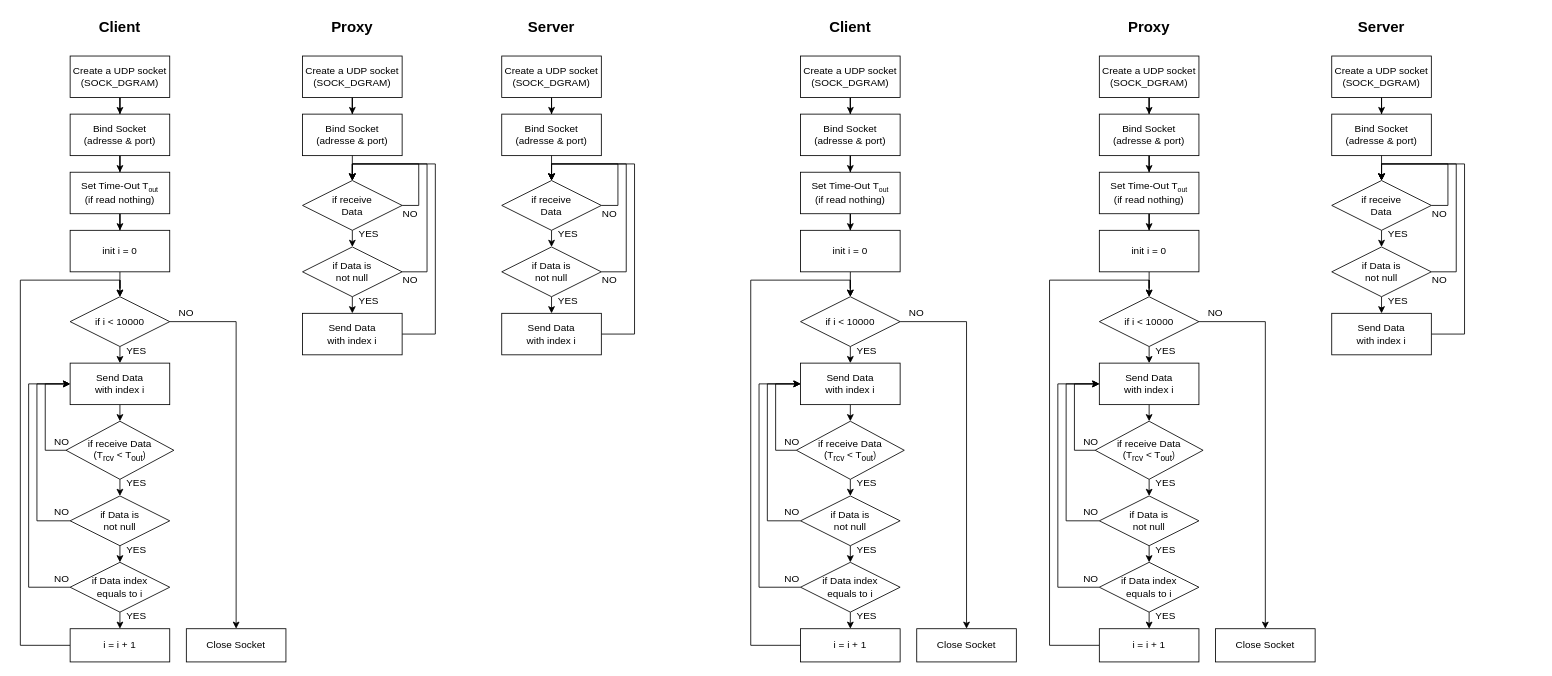
Above: flow chart.drawio in timlin0307/Socekt_Programming_Investigation (draw.io), before the change. Source tidied: cells renumbered, new cells numbered last; positions are measured from the earlier drawing's top-left corner, leaving out a move shared by most shapes. Both pictures are drawn from the tidied source at 83%, with x=0, y=0 at pixel (20, 14).
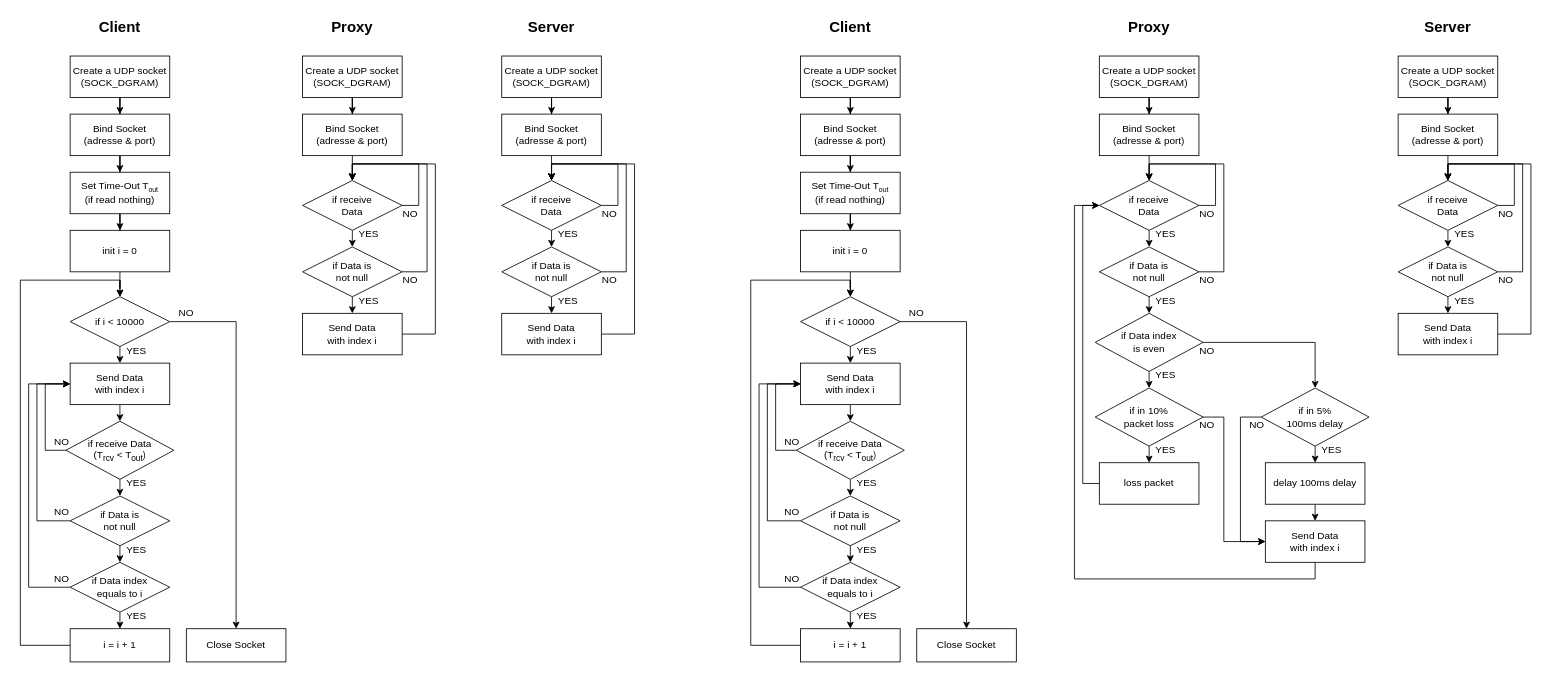
The same page after the edit.

Unchanged cells that the change refers to:
```xml
<mxCell id="124" value="Bind Socket&lt;br&gt;(adresse &amp;amp; port)" style="rounded=0;whiteSpace=wrap;html=1;" parent="1" vertex="1">
  <mxGeometry x="1300" y="120" width="120" height="50" as="geometry" />
</mxCell>
```

What changed in the source:
```diff
@@
     <mxCell id="105" value="Create a UDP socket&lt;br&gt;(SOCK_DGRAM)" style="rounded=0;whiteSpace=wrap;html=1;" parent="1" vertex="1">
-      <mxGeometry x="1580" y="50" width="120" height="50" as="geometry" />
+      <mxGeometry x="1660" y="50" width="120" height="50" as="geometry" />
     </mxCell>
     <mxCell id="106" value="Bind Socket&lt;br&gt;(adresse &amp;amp; port)" style="rounded=0;whiteSpace=wrap;html=1;" parent="1" vertex="1">
-      <mxGeometry x="1580" y="120" width="120" height="50" as="geometry" />
+      <mxGeometry x="1660" y="120" width="120" height="50" as="geometry" />
     </mxCell>
@@
     <mxCell id="108" value="if receive&lt;br&gt;Data" style="rhombus;whiteSpace=wrap;html=1;" parent="1" vertex="1">
-      <mxGeometry x="1580" y="200" width="120" height="60" as="geometry" />
+      <mxGeometry x="1660" y="200" width="120" height="60" as="geometry" />
     </mxCell>
@@
     <mxCell id="111" style="edgeStyle=orthogonalEdgeStyle;rounded=0;jettySize=auto;html=1;exitX=1;exitY=0.5;exitDx=0;exitDy=0;entryX=0.5;entryY=0;entryDx=0;entryDy=0;" parent="1" edge="1" source="112" target="108">
       <mxGeometry relative="1" as="geometry">
         <Array as="points">
-          <mxPoint x="1730" y="310" />
-          <mxPoint x="1730" y="180" />
-          <mxPoint x="1640" y="180" />
+          <mxPoint x="1810" y="310" />
+          <mxPoint x="1810" y="180" />
+          <mxPoint x="1720" y="180" />
         </Array>
       </mxGeometry>
     </mxCell>
     <mxCell id="112" value="if Data is&lt;br&gt;not null" style="rhombus;whiteSpace=wrap;html=1;" parent="1" vertex="1">
-      <mxGeometry x="1580" y="280" width="120" height="60" as="geometry" />
+      <mxGeometry x="1660" y="280" width="120" height="60" as="geometry" />
     </mxCell>
     <mxCell id="113" value="YES" style="text;html=1;strokeColor=none;fillColor=none;align=center;verticalAlign=middle;whiteSpace=wrap;rounded=0;" parent="1" vertex="1">
-      <mxGeometry x="1640" y="260" width="40" height="10" as="geometry" />
+      <mxGeometry x="1720" y="260" width="40" height="10" as="geometry" />
     </mxCell>
     <mxCell id="114" value="YES" style="text;html=1;strokeColor=none;fillColor=none;align=center;verticalAlign=middle;whiteSpace=wrap;rounded=0;" parent="1" vertex="1">
-      <mxGeometry x="1640" y="340" width="40" height="10" as="geometry" />
+      <mxGeometry x="1720" y="340" width="40" height="10" as="geometry" />
     </mxCell>
     <mxCell id="115" style="edgeStyle=orthogonalEdgeStyle;rounded=0;orthogonalLoop=1;jettySize=auto;html=1;exitX=1;exitY=0.5;exitDx=0;exitDy=0;entryX=0.5;entryY=0;entryDx=0;entryDy=0;" parent="1" edge="1" source="108" target="108">
       <mxGeometry relative="1" as="geometry">
         <Array as="points">
-          <mxPoint x="1720" y="230" />
+          <mxPoint x="1800" y="230" />
+          <mxPoint x="1800" y="180" />
           <mxPoint x="1720" y="180" />
-          <mxPoint x="1640" y="180" />
         </Array>
       </mxGeometry>
     </mxCell>
     <mxCell id="116" value="NO" style="text;html=1;strokeColor=none;fillColor=none;align=center;verticalAlign=middle;whiteSpace=wrap;rounded=0;" parent="1" vertex="1">
-      <mxGeometry x="1690" y="230" width="40" height="20" as="geometry" />
+      <mxGeometry x="1770" y="230" width="40" height="20" as="geometry" />
     </mxCell>
     <mxCell id="117" style="edgeStyle=orthogonalEdgeStyle;rounded=0;jettySize=auto;html=1;exitX=1;exitY=0.5;exitDx=0;exitDy=0;entryX=0.5;entryY=0;entryDx=0;entryDy=0;" parent="1" edge="1" source="118" target="108">
       <mxGeometry relative="1" as="geometry">
         <Array as="points">
-          <mxPoint x="1740" y="385" />
-          <mxPoint x="1740" y="180" />
-          <mxPoint x="1640" y="180" />
+          <mxPoint x="1820" y="385" />
+          <mxPoint x="1820" y="180" />
+          <mxPoint x="1720" y="180" />
         </Array>
       </mxGeometry>
     </mxCell>
     <mxCell id="118" value="Send Data&lt;br&gt;with index i" style="rounded=0;whiteSpace=wrap;html=1;" parent="1" vertex="1">
-      <mxGeometry x="1580" y="360" width="120" height="50" as="geometry" />
+      <mxGeometry x="1660" y="360" width="120" height="50" as="geometry" />
     </mxCell>
     <mxCell id="119" value="NO" style="text;html=1;strokeColor=none;fillColor=none;align=center;verticalAlign=middle;whiteSpace=wrap;rounded=0;" parent="1" vertex="1">
-      <mxGeometry x="1690" y="310" width="40" height="20" as="geometry" />
+      <mxGeometry x="1770" y="310" width="40" height="20" as="geometry" />
     </mxCell>
     <mxCell id="120" value="&lt;b&gt;&lt;font style=&quot;font-size: 18px;&quot;&gt;Server&lt;/font&gt;&lt;/b&gt;" style="text;html=1;strokeColor=none;fillColor=none;align=center;verticalAlign=middle;whiteSpace=wrap;rounded=0;" parent="1" vertex="1">
-      <mxGeometry x="1610" width="60" height="30" as="geometry" />
+      <mxGeometry x="1690" width="60" height="30" as="geometry" />
     </mxCell>
@@
-    <mxCell id="123" style="edgeStyle=orthogonalEdgeStyle;rounded=0;jettySize=auto;html=1;entryX=0.5;entryY=0;entryDx=0;entryDy=0;" parent="1" edge="1" source="124" target="126">
-      <mxGeometry relative="1" as="geometry" />
-    </mxCell>
@@
-    <mxCell id="125" style="edgeStyle=orthogonalEdgeStyle;rounded=0;jettySize=auto;html=1;entryX=0.5;entryY=0;entryDx=0;entryDy=0;" parent="1" edge="1" source="126" target="136">
-      <mxGeometry relative="1" as="geometry" />
-    </mxCell>
-    <mxCell id="126" value="Set Time-Out T&lt;span style=&quot;font-size: 10px;&quot;&gt;&lt;sub&gt;out&lt;/sub&gt;&lt;/span&gt;&lt;br&gt;(if read nothing)" style="rounded=0;whiteSpace=wrap;html=1;" parent="1" vertex="1">
-      <mxGeometry x="1300" y="190" width="120" height="50" as="geometry" />
-    </mxCell>
-    <mxCell id="127" style="edgeStyle=orthogonalEdgeStyle;rounded=0;jettySize=auto;html=1;exitX=0.5;exitY=1;exitDx=0;exitDy=0;entryX=0.5;entryY=0;entryDx=0;entryDy=0;" parent="1" edge="1" source="129" target="131">
-      <mxGeometry relative="1" as="geometry" />
-    </mxCell>
-    <mxCell id="128" style="edgeStyle=orthogonalEdgeStyle;rounded=0;jettySize=auto;html=1;exitX=1;exitY=0.5;exitDx=0;exitDy=0;entryX=0.5;entryY=0;entryDx=0;entryDy=0;" parent="1" edge="1" source="129" target="149">
-      <mxGeometry relative="1" as="geometry" />
-    </mxCell>
-    <mxCell id="129" value="if i &amp;lt; 10000" style="rhombus;whiteSpace=wrap;html=1;" parent="1" vertex="1">
-      <mxGeometry x="1300" y="340" width="120" height="60" as="geometry" />
-    </mxCell>
-    <mxCell id="130" style="edgeStyle=orthogonalEdgeStyle;rounded=0;jettySize=auto;html=1;exitX=0.5;exitY=1;exitDx=0;exitDy=0;entryX=0.5;entryY=0;entryDx=0;entryDy=0;" parent="1" edge="1" source="131" target="134">
-      <mxGeometry relative="1" as="geometry" />
-    </mxCell>
+    <mxCell id="154" value="&lt;b&gt;&lt;font style=&quot;font-size: 18px;&quot;&gt;Proxy&lt;/font&gt;&lt;/b&gt;" style="text;html=1;strokeColor=none;fillColor=none;align=center;verticalAlign=middle;whiteSpace=wrap;rounded=0;" parent="1" vertex="1">
+      <mxGeometry x="1330" width="60" height="30" as="geometry" />
+    </mxCell>
+    <mxCell id="155" style="edgeStyle=orthogonalEdgeStyle;rounded=0;jettySize=auto;html=1;exitX=0.5;exitY=1;exitDx=0;exitDy=0;entryX=0.5;entryY=0;entryDx=0;entryDy=0;" parent="1" edge="1" source="156" target="141">
+      <mxGeometry relative="1" as="geometry" />
+    </mxCell>
+    <mxCell id="156" value="if receive&lt;br&gt;Data" style="rhombus;whiteSpace=wrap;html=1;" parent="1" vertex="1">
+      <mxGeometry x="1300" y="200" width="120" height="60" as="geometry" />
+    </mxCell>
+    <mxCell id="157" style="edgeStyle=orthogonalEdgeStyle;rounded=0;jettySize=auto;html=1;entryX=0.5;entryY=0;entryDx=0;entryDy=0;exitX=0.5;exitY=1;exitDx=0;exitDy=0;" parent="1" edge="1" source="124" target="156">
+      <mxGeometry relative="1" as="geometry" />
+    </mxCell>
+    <mxCell id="158" style="edgeStyle=orthogonalEdgeStyle;rounded=0;jettySize=auto;html=1;exitX=0.5;exitY=1;exitDx=0;exitDy=0;entryX=0.5;entryY=0;entryDx=0;entryDy=0;" parent="1" edge="1" source="141">
+      <mxGeometry relative="1" as="geometry">
+        <mxPoint x="1360" y="360" as="targetPoint" />
+      </mxGeometry>
+    </mxCell>
+    <mxCell id="159" style="edgeStyle=orthogonalEdgeStyle;rounded=0;jettySize=auto;html=1;exitX=1;exitY=0.5;exitDx=0;exitDy=0;entryX=0.5;entryY=0;entryDx=0;entryDy=0;" parent="1" edge="1" source="141" target="156">
+      <mxGeometry relative="1" as="geometry">
+        <Array as="points">
+          <mxPoint x="1450" y="310" />
+          <mxPoint x="1450" y="180" />
+          <mxPoint x="1360" y="180" />
+        </Array>
+      </mxGeometry>
+    </mxCell>
+    <mxCell id="141" value="if Data is&lt;br&gt;not null" style="rhombus;whiteSpace=wrap;html=1;" parent="1" vertex="1">
+      <mxGeometry x="1300" y="280" width="120" height="60" as="geometry" />
+    </mxCell>
+    <mxCell id="160" value="YES" style="text;html=1;strokeColor=none;fillColor=none;align=center;verticalAlign=middle;whiteSpace=wrap;rounded=0;" parent="1" vertex="1">
+      <mxGeometry x="1360" y="260" width="40" height="10" as="geometry" />
+    </mxCell>
+    <mxCell id="161" value="YES" style="text;html=1;strokeColor=none;fillColor=none;align=center;verticalAlign=middle;whiteSpace=wrap;rounded=0;" parent="1" vertex="1">
+      <mxGeometry x="1360" y="340" width="40" height="10" as="geometry" />
+    </mxCell>
+    <mxCell id="162" style="edgeStyle=orthogonalEdgeStyle;rounded=0;orthogonalLoop=1;jettySize=auto;html=1;exitX=1;exitY=0.5;exitDx=0;exitDy=0;entryX=0.5;entryY=0;entryDx=0;entryDy=0;" parent="1" edge="1" source="156" target="156">
+      <mxGeometry relative="1" as="geometry">
+        <Array as="points">
+          <mxPoint x="1440" y="230" />
+          <mxPoint x="1440" y="180" />
+          <mxPoint x="1360" y="180" />
+        </Array>
+      </mxGeometry>
+    </mxCell>
+    <mxCell id="163" value="NO" style="text;html=1;strokeColor=none;fillColor=none;align=center;verticalAlign=middle;whiteSpace=wrap;rounded=0;" parent="1" vertex="1">
+      <mxGeometry x="1410" y="230" width="40" height="20" as="geometry" />
+    </mxCell>
+    <mxCell id="164" value="NO" style="text;html=1;strokeColor=none;fillColor=none;align=center;verticalAlign=middle;whiteSpace=wrap;rounded=0;" parent="1" vertex="1">
+      <mxGeometry x="1410" y="310" width="40" height="20" as="geometry" />
+    </mxCell>
+    <mxCell id="165" style="edgeStyle=orthogonalEdgeStyle;rounded=0;jettySize=auto;html=1;exitX=1;exitY=0.5;exitDx=0;exitDy=0;entryX=0.5;entryY=0;entryDx=0;entryDy=0;fontSize=18;" parent="1" edge="1" source="166" target="174">
+      <mxGeometry relative="1" as="geometry" />
+    </mxCell>
+    <mxCell id="166" value="if Data index&lt;br&gt;is even" style="rhombus;whiteSpace=wrap;html=1;" parent="1" vertex="1">
+      <mxGeometry x="1295" y="360" width="130" height="70" as="geometry" />
+    </mxCell>
+    <mxCell id="167" style="edgeStyle=orthogonalEdgeStyle;rounded=0;jettySize=auto;html=1;exitX=0.5;exitY=1;exitDx=0;exitDy=0;entryX=0.5;entryY=0;entryDx=0;entryDy=0;fontSize=18;" parent="1" edge="1" source="169" target="177">
+      <mxGeometry relative="1" as="geometry" />
+    </mxCell>
+    <mxCell id="168" style="edgeStyle=orthogonalEdgeStyle;rounded=0;jettySize=auto;html=1;exitX=1;exitY=0.5;exitDx=0;exitDy=0;entryX=0;entryY=0.5;entryDx=0;entryDy=0;fontSize=18;" parent="1" edge="1" source="169" target="131">
+      <mxGeometry relative="1" as="geometry">
+        <Array as="points">
+          <mxPoint x="1450" y="485" />
+          <mxPoint x="1450" y="635" />
+        </Array>
+      </mxGeometry>
+    </mxCell>
+    <mxCell id="169" value="if in 10%&lt;br&gt;packet loss" style="rhombus;whiteSpace=wrap;html=1;" parent="1" vertex="1">
+      <mxGeometry x="1295" y="450" width="130" height="70" as="geometry" />
+    </mxCell>
+    <mxCell id="170" style="edgeStyle=orthogonalEdgeStyle;rounded=0;jettySize=auto;html=1;exitX=0;exitY=0;exitDx=0;exitDy=0;entryX=0.5;entryY=0;entryDx=0;entryDy=0;" parent="1" edge="1" source="171" target="169">
+      <mxGeometry relative="1" as="geometry" />
+    </mxCell>
+    <mxCell id="171" value="YES" style="text;html=1;strokeColor=none;fillColor=none;align=center;verticalAlign=middle;whiteSpace=wrap;rounded=0;" parent="1" vertex="1">
+      <mxGeometry x="1360" y="430" width="40" height="10" as="geometry" />
+    </mxCell>
+    <mxCell id="172" style="edgeStyle=orthogonalEdgeStyle;rounded=0;jettySize=auto;html=1;exitX=0.5;exitY=1;exitDx=0;exitDy=0;entryX=0.5;entryY=0;entryDx=0;entryDy=0;fontSize=18;" parent="1" edge="1" source="174" target="180">
+      <mxGeometry relative="1" as="geometry" />
+    </mxCell>
+    <mxCell id="173" style="edgeStyle=orthogonalEdgeStyle;rounded=0;jettySize=auto;html=1;exitX=0;exitY=0.5;exitDx=0;exitDy=0;entryX=0;entryY=0.5;entryDx=0;entryDy=0;fontSize=18;" parent="1" edge="1" source="174" target="131">
+      <mxGeometry relative="1" as="geometry">
+        <Array as="points">
+          <mxPoint x="1470" y="485" />
+          <mxPoint x="1470" y="635" />
+        </Array>
+      </mxGeometry>
+    </mxCell>
+    <mxCell id="174" value="if in 5%&lt;br&gt;100ms delay" style="rhombus;whiteSpace=wrap;html=1;" parent="1" vertex="1">
+      <mxGeometry x="1495" y="450" width="130" height="70" as="geometry" />
+    </mxCell>
+    <mxCell id="175" value="NO" style="text;html=1;strokeColor=none;fillColor=none;align=center;verticalAlign=middle;whiteSpace=wrap;rounded=0;" parent="1" vertex="1">
+      <mxGeometry x="1410" y="395" width="40" height="20" as="geometry" />
+    </mxCell>
+    <mxCell id="176" style="edgeStyle=orthogonalEdgeStyle;rounded=0;jettySize=auto;html=1;exitX=0;exitY=0.5;exitDx=0;exitDy=0;entryX=0;entryY=0.5;entryDx=0;entryDy=0;fontSize=18;" parent="1" edge="1" source="177" target="156">
+      <mxGeometry relative="1" as="geometry">
+        <Array as="points">
+          <mxPoint x="1280" y="565" />
+          <mxPoint x="1280" y="230" />
+        </Array>
+      </mxGeometry>
+    </mxCell>
+    <mxCell id="177" value="loss packet" style="rounded=0;whiteSpace=wrap;html=1;" parent="1" vertex="1">
+      <mxGeometry x="1300" y="540" width="120" height="50" as="geometry" />
+    </mxCell>
+    <mxCell id="178" value="YES" style="text;html=1;strokeColor=none;fillColor=none;align=center;verticalAlign=middle;whiteSpace=wrap;rounded=0;" parent="1" vertex="1">
+      <mxGeometry x="1360" y="520" width="40" height="10" as="geometry" />
+    </mxCell>
+    <mxCell id="179" style="edgeStyle=orthogonalEdgeStyle;rounded=0;jettySize=auto;html=1;exitX=0.5;exitY=1;exitDx=0;exitDy=0;entryX=0.5;entryY=0;entryDx=0;entryDy=0;fontSize=18;" parent="1" edge="1" source="180" target="131">
+      <mxGeometry relative="1" as="geometry" />
+    </mxCell>
+    <mxCell id="180" value="delay 100ms delay" style="rounded=0;whiteSpace=wrap;html=1;" parent="1" vertex="1">
+      <mxGeometry x="1500" y="540" width="120" height="50" as="geometry" />
+    </mxCell>
+    <mxCell id="181" value="YES" style="text;html=1;strokeColor=none;fillColor=none;align=center;verticalAlign=middle;whiteSpace=wrap;rounded=0;" parent="1" vertex="1">
+      <mxGeometry x="1560" y="520" width="40" height="10" as="geometry" />
+    </mxCell>
+    <mxCell id="182" style="edgeStyle=orthogonalEdgeStyle;rounded=0;jettySize=auto;html=1;exitX=0.5;exitY=1;exitDx=0;exitDy=0;fontSize=18;" parent="1" edge="1" source="131">
+      <mxGeometry relative="1" as="geometry">
+        <mxPoint x="1300" y="230" as="targetPoint" />
+        <Array as="points">
+          <mxPoint x="1560" y="680" />
+          <mxPoint x="1270" y="680" />
+          <mxPoint x="1270" y="230" />
+        </Array>
+      </mxGeometry>
+    </mxCell>
     <mxCell id="131" value="Send Data&lt;br&gt;with index i" style="rounded=0;whiteSpace=wrap;html=1;" parent="1" vertex="1">
-      <mxGeometry x="1300" y="420" width="120" height="50" as="geometry" />
+      <mxGeometry x="1500" y="610" width="120" height="50" as="geometry" />
     </mxCell>
-    <mxCell id="132" style="edgeStyle=orthogonalEdgeStyle;rounded=0;jettySize=auto;html=1;exitX=0.5;exitY=1;exitDx=0;exitDy=0;entryX=0.5;entryY=0;entryDx=0;entryDy=0;" parent="1" edge="1" source="134" target="141">
-      <mxGeometry relative="1" as="geometry" />
-    </mxCell>
-    <mxCell id="133" style="edgeStyle=orthogonalEdgeStyle;rounded=0;jettySize=auto;html=1;exitX=0;exitY=0.5;exitDx=0;exitDy=0;entryX=0;entryY=0.5;entryDx=0;entryDy=0;" parent="1" edge="1" source="134" target="131">
-      <mxGeometry relative="1" as="geometry">
-        <Array as="points">
-          <mxPoint x="1270" y="525" />
-          <mxPoint x="1270" y="445" />
-        </Array>
-      </mxGeometry>
-    </mxCell>
-    <mxCell id="134" value="if receive Data&lt;br&gt;(T&lt;sub&gt;rcv&lt;/sub&gt;&amp;nbsp;&amp;lt; T&lt;sub&gt;out&lt;/sub&gt;&lt;span style=&quot;font-size: 10px;&quot;&gt;)&lt;/span&gt;" style="rhombus;whiteSpace=wrap;html=1;" parent="1" vertex="1">
-      <mxGeometry x="1295" y="490" width="130" height="70" as="geometry" />
-    </mxCell>
-    <mxCell id="135" style="edgeStyle=orthogonalEdgeStyle;rounded=0;jettySize=auto;html=1;entryX=0.5;entryY=0;entryDx=0;entryDy=0;" parent="1" edge="1" source="136" target="129">
-      <mxGeometry relative="1" as="geometry" />
-    </mxCell>
-    <mxCell id="136" value="init i = 0" style="rounded=0;whiteSpace=wrap;html=1;" parent="1" vertex="1">
-      <mxGeometry x="1300" y="260" width="120" height="50" as="geometry" />
-    </mxCell>
-    <mxCell id="137" style="edgeStyle=orthogonalEdgeStyle;rounded=0;jettySize=auto;html=1;exitX=0;exitY=0.5;exitDx=0;exitDy=0;entryX=0.5;entryY=0;entryDx=0;entryDy=0;" parent="1" edge="1" source="138" target="129">
-      <mxGeometry relative="1" as="geometry">
-        <Array as="points">
-          <mxPoint x="1240" y="760" />
-          <mxPoint x="1240" y="320" />
-          <mxPoint x="1360" y="320" />
-        </Array>
-      </mxGeometry>
-    </mxCell>
-    <mxCell id="138" value="i = i + 1" style="rounded=0;whiteSpace=wrap;html=1;" parent="1" vertex="1">
-      <mxGeometry x="1300" y="740" width="120" height="40" as="geometry" />
-    </mxCell>
-    <mxCell id="139" style="edgeStyle=orthogonalEdgeStyle;rounded=0;jettySize=auto;html=1;exitX=0.5;exitY=1;exitDx=0;exitDy=0;entryX=0.5;entryY=0;entryDx=0;entryDy=0;" parent="1" edge="1" source="141" target="144">
-      <mxGeometry relative="1" as="geometry" />
-    </mxCell>
-    <mxCell id="140" style="edgeStyle=orthogonalEdgeStyle;rounded=0;jettySize=auto;html=1;exitX=0;exitY=0.5;exitDx=0;exitDy=0;entryX=0;entryY=0.5;entryDx=0;entryDy=0;" parent="1" edge="1" source="141" target="131">
-      <mxGeometry relative="1" as="geometry">
-        <Array as="points">
-          <mxPoint x="1260" y="610" />
-          <mxPoint x="1260" y="445" />
-        </Array>
-      </mxGeometry>
-    </mxCell>
-    <mxCell id="141" value="if Data is&lt;br&gt;not null" style="rhombus;whiteSpace=wrap;html=1;" parent="1" vertex="1">
-      <mxGeometry x="1300" y="580" width="120" height="60" as="geometry" />
-    </mxCell>
-    <mxCell id="142" style="edgeStyle=orthogonalEdgeStyle;rounded=0;jettySize=auto;html=1;exitX=0.5;exitY=1;exitDx=0;exitDy=0;entryX=0.5;entryY=0;entryDx=0;entryDy=0;" parent="1" edge="1" source="144" target="138">
-      <mxGeometry relative="1" as="geometry" />
-    </mxCell>
-    <mxCell id="143" style="edgeStyle=orthogonalEdgeStyle;rounded=0;jettySize=auto;html=1;exitX=0;exitY=0.5;exitDx=0;exitDy=0;entryX=0;entryY=0.5;entryDx=0;entryDy=0;" parent="1" edge="1" source="144" target="131">
-      <mxGeometry relative="1" as="geometry">
-        <Array as="points">
-          <mxPoint x="1250" y="690" />
-          <mxPoint x="1250" y="445" />
-        </Array>
-      </mxGeometry>
-    </mxCell>
-    <mxCell id="144" value="if Data index&lt;br&gt;equals to i" style="rhombus;whiteSpace=wrap;html=1;" parent="1" vertex="1">
-      <mxGeometry x="1300" y="660" width="120" height="60" as="geometry" />
-    </mxCell>
-    <mxCell id="145" value="YES" style="text;html=1;strokeColor=none;fillColor=none;align=center;verticalAlign=middle;whiteSpace=wrap;rounded=0;" parent="1" vertex="1">
-      <mxGeometry x="1360" y="400" width="40" height="10" as="geometry" />
-    </mxCell>
-    <mxCell id="146" value="YES" style="text;html=1;strokeColor=none;fillColor=none;align=center;verticalAlign=middle;whiteSpace=wrap;rounded=0;" parent="1" vertex="1">
-      <mxGeometry x="1360" y="560" width="40" height="10" as="geometry" />
-    </mxCell>
-    <mxCell id="147" value="YES" style="text;html=1;strokeColor=none;fillColor=none;align=center;verticalAlign=middle;whiteSpace=wrap;rounded=0;" parent="1" vertex="1">
-      <mxGeometry x="1360" y="640" width="40" height="10" as="geometry" />
-    </mxCell>
-    <mxCell id="148" value="YES" style="text;html=1;strokeColor=none;fillColor=none;align=center;verticalAlign=middle;whiteSpace=wrap;rounded=0;" parent="1" vertex="1">
-      <mxGeometry x="1360" y="720" width="40" height="10" as="geometry" />
-    </mxCell>
-    <mxCell id="149" value="Close Socket" style="rounded=0;whiteSpace=wrap;html=1;" parent="1" vertex="1">
-      <mxGeometry x="1440" y="740" width="120" height="40" as="geometry" />
-    </mxCell>
-    <mxCell id="150" value="NO" style="text;html=1;strokeColor=none;fillColor=none;align=center;verticalAlign=middle;whiteSpace=wrap;rounded=0;" parent="1" vertex="1">
-      <mxGeometry x="1420" y="350" width="40" height="20" as="geometry" />
-    </mxCell>
-    <mxCell id="151" value="NO" style="text;html=1;strokeColor=none;fillColor=none;align=center;verticalAlign=middle;whiteSpace=wrap;rounded=0;" parent="1" vertex="1">
-      <mxGeometry x="1270" y="510" width="40" height="10" as="geometry" />
-    </mxCell>
-    <mxCell id="152" value="NO" style="text;html=1;strokeColor=none;fillColor=none;align=center;verticalAlign=middle;whiteSpace=wrap;rounded=0;" parent="1" vertex="1">
-      <mxGeometry x="1270" y="590" width="40" height="20" as="geometry" />
-    </mxCell>
-    <mxCell id="153" value="NO" style="text;html=1;strokeColor=none;fillColor=none;align=center;verticalAlign=middle;whiteSpace=wrap;rounded=0;" parent="1" vertex="1">
-      <mxGeometry x="1270" y="670" width="40" height="20" as="geometry" />
-    </mxCell>
-    <mxCell id="154" value="&lt;b&gt;&lt;font style=&quot;font-size: 18px;&quot;&gt;Proxy&lt;/font&gt;&lt;/b&gt;" style="text;html=1;strokeColor=none;fillColor=none;align=center;verticalAlign=middle;whiteSpace=wrap;rounded=0;" parent="1" vertex="1">
-      <mxGeometry x="1330" width="60" height="30" as="geometry" />
-    </mxCell>
+    <mxCell id="183" value="NO" style="text;html=1;strokeColor=none;fillColor=none;align=center;verticalAlign=middle;whiteSpace=wrap;rounded=0;" parent="1" vertex="1">
+      <mxGeometry x="1410" y="485" width="40" height="20" as="geometry" />
+    </mxCell>
+    <mxCell id="184" value="NO" style="text;html=1;strokeColor=none;fillColor=none;align=center;verticalAlign=middle;whiteSpace=wrap;rounded=0;" parent="1" vertex="1">
+      <mxGeometry x="1470" y="485" width="40" height="20" as="geometry" />
+    </mxCell>
```
